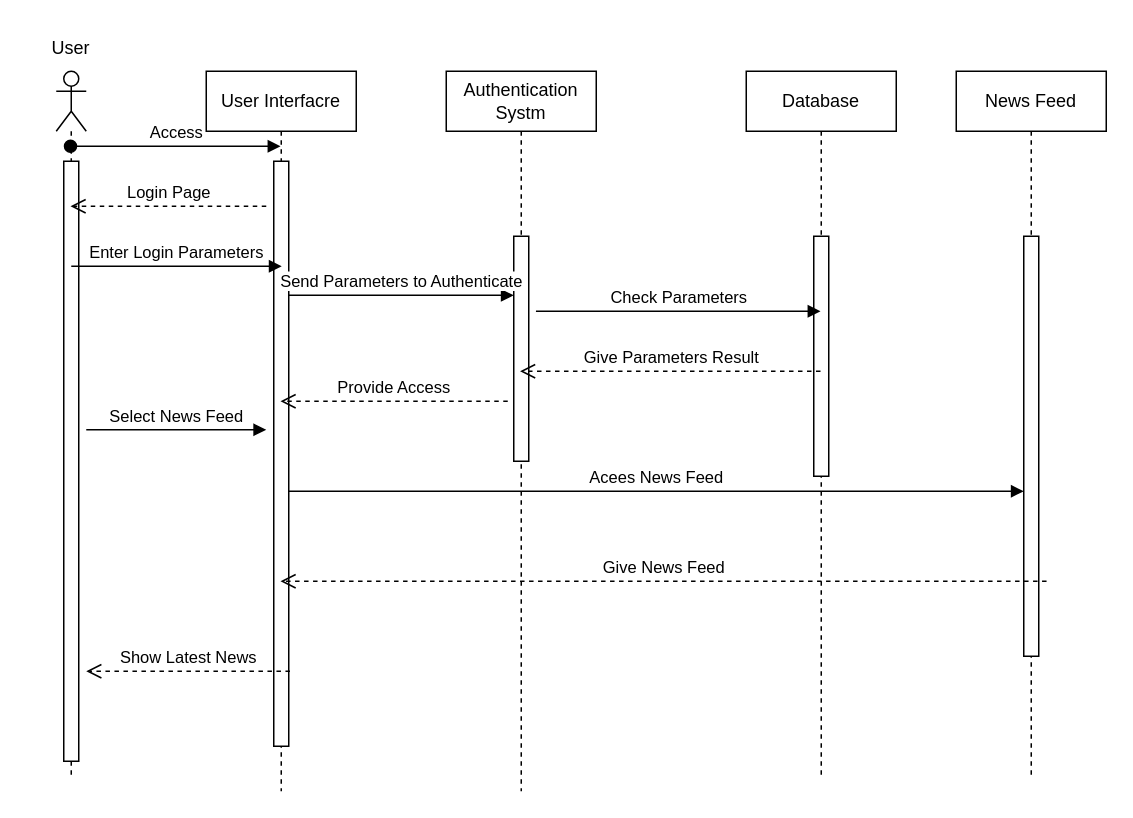
Earlier version of the draw.io diagram Sequence Diagram.drawio (AhmedButtar7/testrepo). Source tidied: cells renumbered, new cells numbered last; positions are measured from the earlier drawing's top-left corner, leaving out a move shared by most shapes. Both pictures are drawn from the tidied source at 150%, with x=0, y=0 at pixel (26, 26).
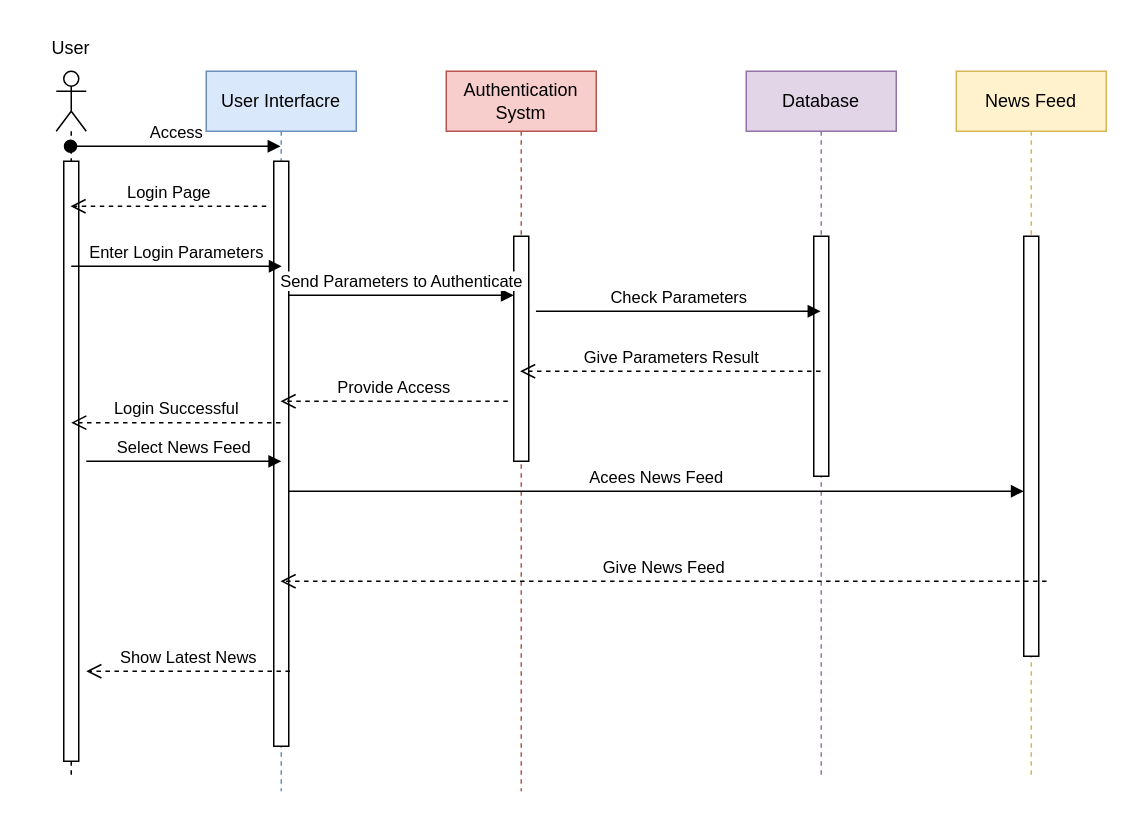
The same page after the edit.

Unchanged cells that the change refers to:
```xml
<mxCell id="5" style="html=1;points=[[0,0,0,0,5],[0,1,0,0,-5],[1,0,0,0,5],[1,1,0,0,-5]];perimeter=orthogonalPerimeter;outlineConnect=0;targetShapes=umlLifeline;portConstraint=eastwest;newEdgeStyle={&quot;curved&quot;:0,&quot;rounded&quot;:0};" parent="4" vertex="1">
  <mxGeometry x="45" y="60" width="10" height="390" as="geometry" />
</mxCell>
```

Change to the diagram source:
```diff
@@
-    <mxCell id="2" value="Authentication Systm" style="shape=umlLifeline;perimeter=lifelinePerimeter;whiteSpace=wrap;html=1;newEdgeStyle={&quot;edgeStyle&quot;:&quot;elbowEdgeStyle&quot;,&quot;elbow&quot;:&quot;vertical&quot;,&quot;curved&quot;:0,&quot;rounded&quot;:0};" parent="1" vertex="1">
+    <mxCell id="2" value="Authentication Systm" style="shape=umlLifeline;perimeter=lifelinePerimeter;whiteSpace=wrap;html=1;newEdgeStyle={&quot;edgeStyle&quot;:&quot;elbowEdgeStyle&quot;,&quot;elbow&quot;:&quot;vertical&quot;,&quot;curved&quot;:0,&quot;rounded&quot;:0};fillColor=#f8cecc;strokeColor=#b85450;" parent="1" vertex="1">
       <mxGeometry x="280" y="30" width="100" height="480" as="geometry" />
     </mxCell>
@@
-    <mxCell id="4" value="User Interfacre" style="shape=umlLifeline;perimeter=lifelinePerimeter;whiteSpace=wrap;html=1;outlineConnect=0;portConstraint=eastwest;newEdgeStyle={&quot;edgeStyle&quot;:&quot;elbowEdgeStyle&quot;,&quot;elbow&quot;:&quot;vertical&quot;,&quot;curved&quot;:0,&quot;rounded&quot;:0};" parent="1" vertex="1">
+    <mxCell id="4" value="User Interfacre" style="shape=umlLifeline;perimeter=lifelinePerimeter;whiteSpace=wrap;html=1;outlineConnect=0;portConstraint=eastwest;newEdgeStyle={&quot;edgeStyle&quot;:&quot;elbowEdgeStyle&quot;,&quot;elbow&quot;:&quot;vertical&quot;,&quot;curved&quot;:0,&quot;rounded&quot;:0};fillColor=#dae8fc;strokeColor=#6c8ebf;" parent="1" vertex="1">
       <mxGeometry x="120" y="30" width="100" height="480" as="geometry" />
     </mxCell>
@@
-    <mxCell id="6" value="Database" style="shape=umlLifeline;perimeter=lifelinePerimeter;whiteSpace=wrap;html=1;outlineConnect=0;portConstraint=eastwest;newEdgeStyle={&quot;edgeStyle&quot;:&quot;elbowEdgeStyle&quot;,&quot;elbow&quot;:&quot;vertical&quot;,&quot;curved&quot;:0,&quot;rounded&quot;:0};" parent="1" vertex="1">
+    <mxCell id="6" value="Database" style="shape=umlLifeline;perimeter=lifelinePerimeter;whiteSpace=wrap;html=1;outlineConnect=0;portConstraint=eastwest;newEdgeStyle={&quot;edgeStyle&quot;:&quot;elbowEdgeStyle&quot;,&quot;elbow&quot;:&quot;vertical&quot;,&quot;curved&quot;:0,&quot;rounded&quot;:0};fillColor=#e1d5e7;strokeColor=#9673a6;" parent="1" vertex="1">
       <mxGeometry x="480" y="30" width="100" height="470" as="geometry" />
     </mxCell>
@@
-    <mxCell id="8" value="News Feed" style="shape=umlLifeline;perimeter=lifelinePerimeter;whiteSpace=wrap;html=1;newEdgeStyle={&quot;edgeStyle&quot;:&quot;elbowEdgeStyle&quot;,&quot;elbow&quot;:&quot;vertical&quot;,&quot;curved&quot;:0,&quot;rounded&quot;:0};" parent="1" vertex="1">
+    <mxCell id="8" value="News Feed" style="shape=umlLifeline;perimeter=lifelinePerimeter;whiteSpace=wrap;html=1;newEdgeStyle={&quot;edgeStyle&quot;:&quot;elbowEdgeStyle&quot;,&quot;elbow&quot;:&quot;vertical&quot;,&quot;curved&quot;:0,&quot;rounded&quot;:0};fillColor=#fff2cc;strokeColor=#d6b656;" parent="1" vertex="1">
       <mxGeometry x="620" y="30" width="100" height="470" as="geometry" />
     </mxCell>
@@
-    <mxCell id="22" value="Select News Feed" style="html=1;verticalAlign=bottom;endArrow=block;curved=0;rounded=0;" parent="1" edge="1">
+    <mxCell id="22" value="Select News Feed" style="html=1;verticalAlign=bottom;endArrow=block;curved=0;rounded=0;entryX=0.5;entryY=0.513;entryDx=0;entryDy=0;entryPerimeter=0;" parent="1" edge="1" target="5">
       <mxGeometry relative="1" as="geometry">
-        <mxPoint x="40" y="269" as="sourcePoint" />
-        <mxPoint x="160" y="269" as="targetPoint" />
+        <mxPoint x="40" y="290" as="sourcePoint" />
       </mxGeometry>
     </mxCell>
@@
+    <mxCell id="24" value="Login Successful" style="html=1;verticalAlign=bottom;endArrow=open;dashed=1;endSize=8;curved=0;rounded=0;" parent="1" edge="1">
+      <mxGeometry relative="1" as="geometry">
+        <mxPoint x="169.5" y="264.3" as="sourcePoint" />
+        <mxPoint x="30" y="264.3" as="targetPoint" />
+      </mxGeometry>
+    </mxCell>
```
